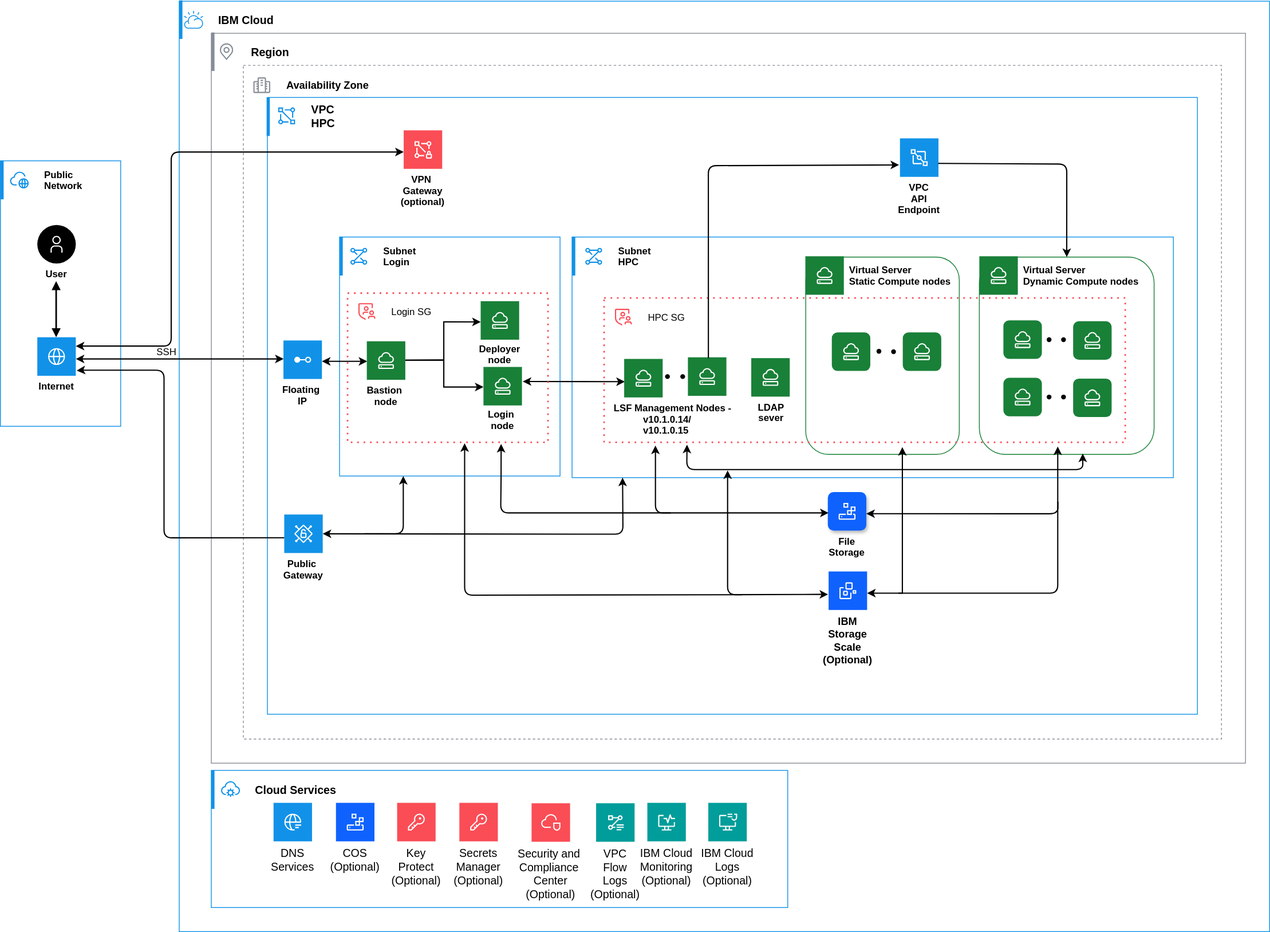
The draw.io diagram images/LSF-DA-Architecture-diagram.svg in ibm-cloud-docs/hpc-ibm-spectrumlsf, before a commit. Source tidied: cells renumbered, new cells last; positions are measured from the earlier drawing's top-left corner, leaving out a move shared by most shapes.
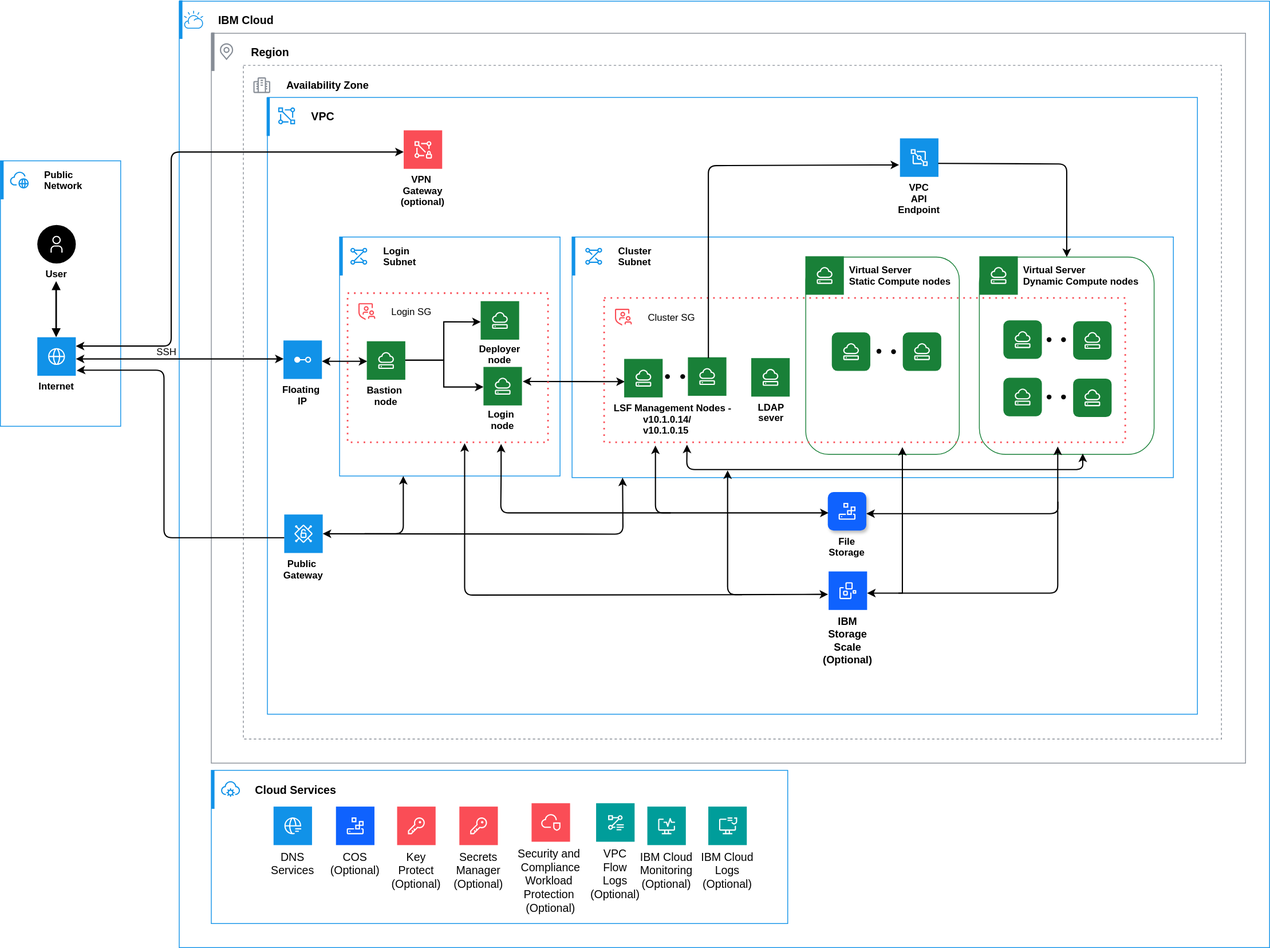
The same file after the commit.

Change to the diagram source:
```diff
@@ -3,7 +3,7 @@
     <mxCell id="0" />
     <mxCell id="1" parent="0" />
     <mxCell id="2" style="html=1;whiteSpace=wrap;strokeColor=#1192E8;fillColor=none;strokeWidth=1;" parent="1" vertex="1">
-      <mxGeometry x="223" y="1" width="1360" height="1160" as="geometry" />
+      <mxGeometry x="223" y="1" width="1360" height="1180" as="geometry" />
     </mxCell>
     <mxCell id="3" style="html=1;whiteSpace=wrap;strokeColor=#878D96;fillColor=none;strokeWidth=1;" parent="1" vertex="1">
       <mxGeometry x="263" y="41" width="1290" height="910" as="geometry" />
@@ -34,7 +34,7 @@
     <mxCell id="11" style="html=1;whiteSpace=wrap;strokeColor=#1192E8;fillColor=none;strokeWidth=1;" parent="1" vertex="1">
       <mxGeometry x="423" y="295" width="275" height="298" as="geometry" />
     </mxCell>
-    <mxCell id="12" value="Subnet &#10;Login" style="shape=rect;fillColor=none;labelPosition=right;verticalLabelPosition=middle;align=left;verticalAlign=middle;strokeColor=none;spacingLeft=5;fontSize=12;fontStyle=1;" parent="11" vertex="1">
+    <mxCell id="12" value="Login&#10;Subnet" style="shape=rect;fillColor=none;labelPosition=right;verticalLabelPosition=middle;align=left;verticalAlign=middle;strokeColor=none;spacingLeft=5;fontSize=12;fontStyle=1;" parent="11" vertex="1">
       <mxGeometry width="48" height="48" relative="1" as="geometry" />
     </mxCell>
     <mxCell id="13" style="fillColor=#1192E8;shape=mxgraph.ibm_cloud.ibm-cloud--subnets;strokeColor=none;dashed=0;html=1;labelPosition=center;verticalLabelPosition=bottom;verticalAlign=top;" parent="12" vertex="1">
@@ -128,7 +128,7 @@
         <mxPoint x="12" y="12" as="offset" />
       </mxGeometry>
     </mxCell>
-    <mxCell id="34" value="VPC&#10;HPC" style="shape=rect;fillColor=none;labelPosition=right;verticalLabelPosition=middle;align=left;verticalAlign=middle;strokeColor=none;spacingLeft=5;fontSize=14;fontStyle=1;" parent="1" vertex="1">
+    <mxCell id="34" value="VPC" style="shape=rect;fillColor=none;labelPosition=right;verticalLabelPosition=middle;align=left;verticalAlign=middle;strokeColor=none;spacingLeft=5;fontSize=14;fontStyle=1;" parent="1" vertex="1">
       <mxGeometry x="333" y="120" width="48" height="48" as="geometry" />
     </mxCell>
     <mxCell id="35" style="fillColor=#1192E8;shape=mxgraph.ibm_cloud.ibm-cloud--vpc;strokeColor=none;dashed=0;html=1;labelPosition=center;verticalLabelPosition=bottom;verticalAlign=top;" parent="34" vertex="1">
@@ -263,7 +263,7 @@
         <mxPoint x="12" y="12" as="offset" />
       </mxGeometry>
     </mxCell>
-    <mxCell id="66" value="Subnet&#10;HPC" style="shape=rect;fillColor=none;labelPosition=right;verticalLabelPosition=middle;align=left;verticalAlign=middle;strokeColor=none;spacingLeft=5;fontSize=12;fontStyle=1;" parent="1" vertex="1">
+    <mxCell id="66" value="Cluster&#10;Subnet" style="shape=rect;fillColor=none;labelPosition=right;verticalLabelPosition=middle;align=left;verticalAlign=middle;strokeColor=none;spacingLeft=5;fontSize=12;fontStyle=1;" parent="1" vertex="1">
       <mxGeometry x="716" y="295" width="48" height="48" as="geometry" />
     </mxCell>
     <mxCell id="67" style="fillColor=#1192E8;shape=mxgraph.ibm_cloud.ibm-cloud--subnets;strokeColor=none;dashed=0;html=1;labelPosition=center;verticalLabelPosition=bottom;verticalAlign=top;" parent="66" vertex="1">
@@ -307,7 +307,7 @@
     <mxCell id="77" style="shape=waypoint;sketch=0;fillStyle=solid;size=6;fillColor=none;perimeter=centerPerimeter;" parent="1" vertex="1">
       <mxGeometry x="1104" y="428" width="20" height="20" as="geometry" />
     </mxCell>
-    <mxCell id="78" value="HPC SG" style="shape=rect;fillColor=none;labelPosition=right;verticalLabelPosition=middle;align=left;verticalAlign=middle;strokeColor=none;spacingLeft=5;fontSize=12;" parent="1" vertex="1">
+    <mxCell id="78" value="Cluster SG" style="shape=rect;fillColor=none;labelPosition=right;verticalLabelPosition=middle;align=left;verticalAlign=middle;strokeColor=none;spacingLeft=5;fontSize=12;" parent="1" vertex="1">
       <mxGeometry x="753" y="371" width="48" height="48" as="geometry" />
     </mxCell>
     <mxCell id="79" style="fillColor=#FA4D56;shape=mxgraph.ibm_cloud.group--security;strokeColor=none;dashed=0;html=1;labelPosition=center;verticalLabelPosition=bottom;verticalAlign=top;" parent="78" vertex="1">
@@ -424,10 +424,10 @@
       <mxGeometry x="1316" y="413" width="20" height="20" as="geometry" />
     </mxCell>
     <mxCell id="97" style="group;rounded=1;" parent="1" vertex="1">
-      <mxGeometry x="264" y="960" width="719" height="171" as="geometry" />
+      <mxGeometry x="264" y="960" width="719" height="191" as="geometry" />
     </mxCell>
     <mxCell id="98" style="html=1;whiteSpace=wrap;strokeColor=#1192E8;fillColor=none;strokeWidth=1;rounded=0;perimeterSpacing=0;glass=0;" parent="97" vertex="1">
-      <mxGeometry x="-1" width="719" height="171" as="geometry" />
+      <mxGeometry x="-1" width="719" height="191" as="geometry" />
     </mxCell>
     <mxCell id="99" value="Cloud Services" style="shape=rect;fillColor=none;labelPosition=right;verticalLabelPosition=middle;align=left;verticalAlign=middle;strokeColor=none;spacingLeft=5;fontSize=14;fontStyle=1;" parent="98" vertex="1">
       <mxGeometry width="48" height="48" relative="1" as="geometry" />
@@ -441,7 +441,7 @@
       <mxGeometry width="4" height="48" relative="1" as="geometry" />
     </mxCell>
     <mxCell id="102" value="Key &#10;Protect&#10;(Optional)" style="shape=rect;fillColor=#FA4D56;labelPosition=center;verticalLabelPosition=bottom;align=center;verticalAlign=top;strokeColor=none;fontSize=14;rounded=0;" parent="98" vertex="1">
-      <mxGeometry x="231.8" y="40.5" width="48" height="48" as="geometry" />
+      <mxGeometry x="231.8" y="45.2" width="48" height="48" as="geometry" />
     </mxCell>
     <mxCell id="103" style="fillColor=#ffffff;strokeColor=none;dashed=0;html=1;labelPosition=center;verticalLabelPosition=bottom;verticalAlign=top;shape=mxgraph.ibm_cloud.password;" parent="102" vertex="1">
       <mxGeometry width="24" height="24" relative="1" as="geometry">
@@ -449,7 +449,7 @@
       </mxGeometry>
     </mxCell>
     <mxCell id="104" value="Secrets&#10;Manager&#10;(Optional)" style="shape=rect;fillColor=#FA4D56;labelPosition=center;verticalLabelPosition=bottom;align=center;verticalAlign=top;strokeColor=none;fontSize=14;rounded=0;" parent="98" vertex="1">
-      <mxGeometry x="309.4" y="40.5" width="48" height="48" as="geometry" />
+      <mxGeometry x="309.4" y="45.2" width="48" height="48" as="geometry" />
     </mxCell>
     <mxCell id="105" style="fillColor=#ffffff;strokeColor=none;dashed=0;html=1;labelPosition=center;verticalLabelPosition=bottom;verticalAlign=top;shape=mxgraph.ibm_cloud.password;" parent="104" vertex="1">
       <mxGeometry width="24" height="24" relative="1" as="geometry">
@@ -457,7 +457,7 @@
       </mxGeometry>
     </mxCell>
     <mxCell id="106" value="IBM Cloud &#10;Logs&#10;(Optional)" style="shape=rect;fillColor=#009D9A;labelPosition=center;verticalLabelPosition=bottom;align=center;verticalAlign=top;strokeColor=none;fontSize=14;rounded=0;" parent="98" vertex="1">
-      <mxGeometry x="619.9" y="40.5" width="48" height="48" as="geometry" />
+      <mxGeometry x="619.9" y="45.2" width="48" height="48" as="geometry" />
     </mxCell>
     <mxCell id="107" style="fillColor=#ffffff;strokeColor=none;dashed=0;html=1;labelPosition=center;verticalLabelPosition=bottom;verticalAlign=top;shape=mxgraph.ibm_cloud.ibm-cloud--logging;" parent="106" vertex="1">
       <mxGeometry width="24" height="24" relative="1" as="geometry">
@@ -465,7 +465,7 @@
       </mxGeometry>
     </mxCell>
     <mxCell id="108" value="COS&#10;(Optional)" style="shape=rect;fillColor=#0F62FE;labelPosition=center;verticalLabelPosition=bottom;align=center;verticalAlign=top;strokeColor=none;fontSize=14;rounded=0;" parent="98" vertex="1">
-      <mxGeometry x="155.5" y="40.5" width="48" height="48" as="geometry" />
+      <mxGeometry x="155.5" y="45.2" width="48" height="48" as="geometry" />
     </mxCell>
     <mxCell id="109" style="fillColor=#ffffff;strokeColor=none;dashed=0;html=1;labelPosition=center;verticalLabelPosition=bottom;verticalAlign=top;shape=mxgraph.ibm_cloud.object-storage;" parent="108" vertex="1">
       <mxGeometry width="24" height="24" relative="1" as="geometry">
@@ -473,7 +473,7 @@
       </mxGeometry>
     </mxCell>
     <mxCell id="110" value="IBM Cloud&#10;Monitoring&#10;(Optional)" style="shape=rect;fillColor=#009D9A;labelPosition=center;verticalLabelPosition=bottom;align=center;verticalAlign=top;strokeColor=none;fontSize=14;rounded=0;" parent="97" vertex="1">
-      <mxGeometry x="542.9" y="40.5" width="48" height="48" as="geometry" />
+      <mxGeometry x="542.9" y="45.2" width="48" height="48" as="geometry" />
     </mxCell>
     <mxCell id="111" style="fillColor=#ffffff;strokeColor=none;dashed=0;html=1;labelPosition=center;verticalLabelPosition=bottom;verticalAlign=top;shape=mxgraph.ibm_cloud.cloud--monitoring;" parent="110" vertex="1">
       <mxGeometry width="24" height="24" relative="1" as="geometry">
@@ -481,7 +481,7 @@
       </mxGeometry>
     </mxCell>
     <mxCell id="112" value="DNS &#10;Services" style="shape=rect;fillColor=#1192E8;labelPosition=center;verticalLabelPosition=bottom;align=center;verticalAlign=top;strokeColor=none;fontSize=14;" parent="97" vertex="1">
-      <mxGeometry x="76.7" y="40.5" width="48" height="48" as="geometry" />
+      <mxGeometry x="76.7" y="45.2" width="48" height="48" as="geometry" />
     </mxCell>
     <mxCell id="113" style="fillColor=#ffffff;strokeColor=none;dashed=0;html=1;labelPosition=center;verticalLabelPosition=bottom;verticalAlign=top;shape=mxgraph.ibm_cloud.dns-services;" parent="112" vertex="1">
       <mxGeometry width="24" height="24" relative="1" as="geometry">
@@ -550,7 +550,7 @@
     <mxCell id="125" style="shape=waypoint;sketch=0;fillStyle=solid;size=6;fillColor=none;perimeter=centerPerimeter;" parent="1" vertex="1">
       <mxGeometry x="1316" y="484.5" width="20" height="20" as="geometry" />
     </mxCell>
-    <mxCell id="126" value="Security and &#10;Compliance &#10;Center&#10;(Optional)" style="shape=rect;fillColor=#FA4D56;labelPosition=center;verticalLabelPosition=bottom;align=center;verticalAlign=top;strokeColor=none;fontSize=14;" parent="1" vertex="1">
+    <mxCell id="126" value="Security and &#10;Compliance&#10;Workload &#10;Protection &#10;(Optional)" style="shape=rect;fillColor=#FA4D56;labelPosition=center;verticalLabelPosition=bottom;align=center;verticalAlign=top;strokeColor=none;fontSize=14;" parent="1" vertex="1">
       <mxGeometry x="662.5" y="1001" width="48" height="48" as="geometry" />
     </mxCell>
     <mxCell id="127" style="fillColor=#ffffff;strokeColor=none;dashed=0;html=1;labelPosition=center;verticalLabelPosition=bottom;verticalAlign=top;shape=mxgraph.ibm_cloud.ibm-cloud--security-compliance-center;" parent="126" vertex="1">
```
